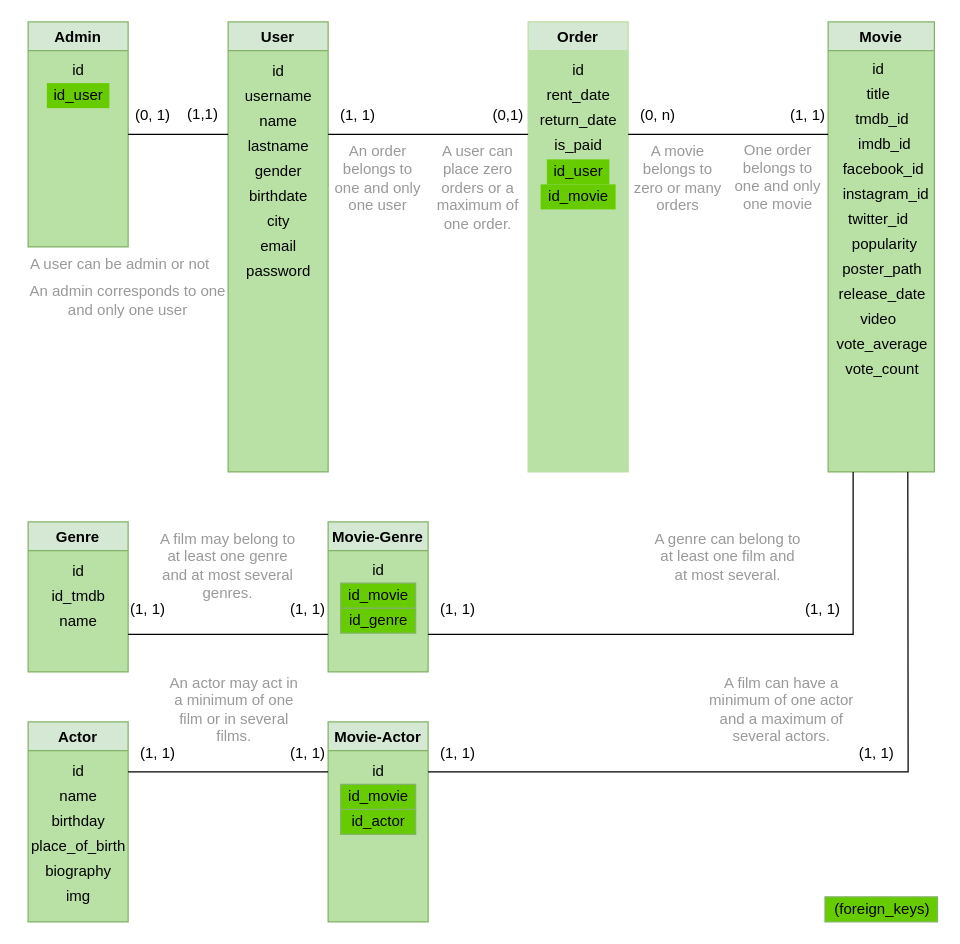
Before: page "simplyfied" (1 of 2) of assets/movies-backend.drawio in angelgr-com/movies-backend, a draw.io diagram. Source tidied: cells renumbered, new cells numbered last; positions are measured from the earlier drawing's top-left corner, leaving out a move shared by most shapes. Both pictures are drawn from the tidied source at 125%, with x=0, y=0 at pixel (21, 21).
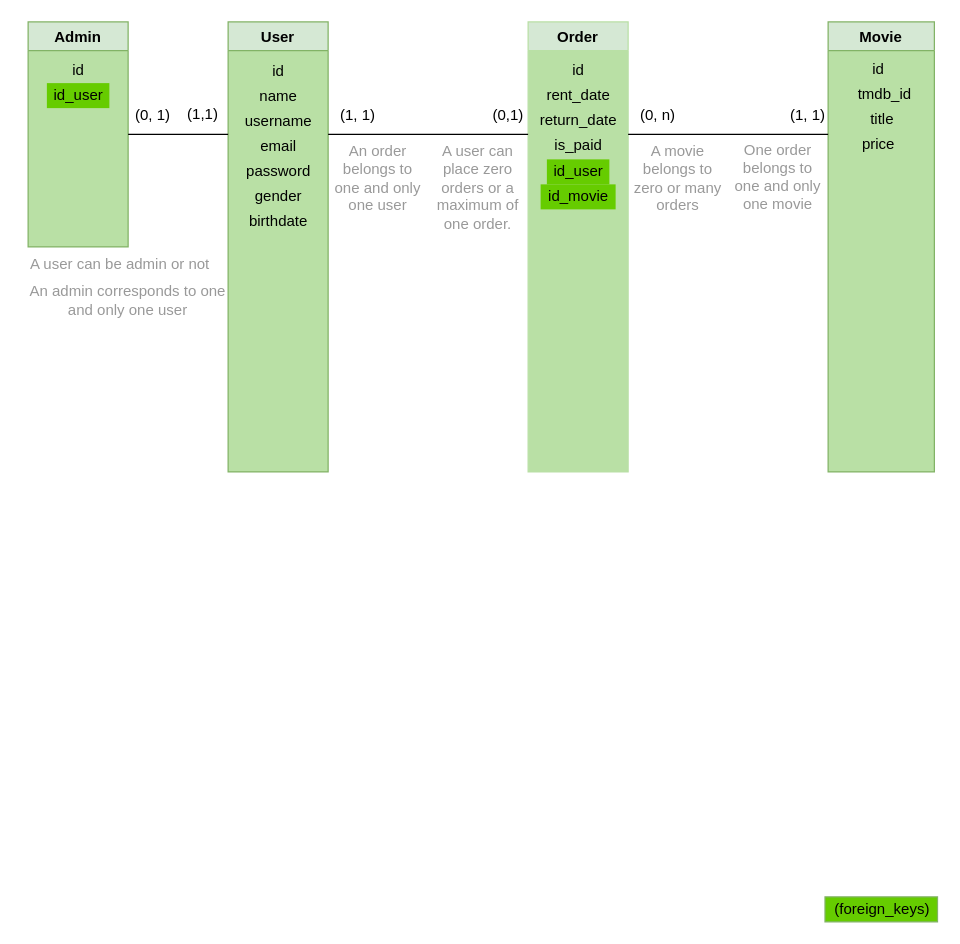
Above is the later version.

The change refers to these unchanged cells:
```xml
<mxCell id="2" value="User" style="swimlane;fillColor=#D5E8D4;strokeColor=#82b366;swimlaneFillColor=#B9E0A5;" parent="1" vertex="1">
  <mxGeometry x="165" width="80" height="360" as="geometry" />
</mxCell>
<mxCell id="24" value="Movie" style="swimlane;fillColor=#d5e8d4;strokeColor=#82b366;swimlaneFillColor=#B9E0A5;gradientColor=none;" parent="1" vertex="1">
  <mxGeometry x="645" width="85" height="360" as="geometry" />
</mxCell>
```

What changed in the source:
```diff
@@
-    <mxCell id="3" value="lastname" style="text;html=1;align=center;verticalAlign=middle;strokeColor=none;fillColor=none;" parent="2" vertex="1">
-      <mxGeometry x="10" y="90" width="60" height="20" as="geometry" />
-    </mxCell>
@@
     <mxCell id="5" value="username" style="text;html=1;align=center;verticalAlign=middle;strokeColor=none;fillColor=none;" parent="2" vertex="1">
-      <mxGeometry x="5" y="50" width="70" height="20" as="geometry" />
+      <mxGeometry x="5" y="70" width="70" height="20" as="geometry" />
     </mxCell>
     <mxCell id="6" value="password" style="text;html=1;align=center;verticalAlign=middle;strokeColor=none;fillColor=none;" parent="2" vertex="1">
-      <mxGeometry x="5" y="190" width="70" height="20" as="geometry" />
+      <mxGeometry x="5" y="110" width="70" height="20" as="geometry" />
     </mxCell>
     <mxCell id="7" value="gender" style="text;html=1;align=center;verticalAlign=middle;strokeColor=none;fillColor=none;" parent="2" vertex="1">
-      <mxGeometry x="15" y="110" width="50" height="20" as="geometry" />
+      <mxGeometry x="15" y="130" width="50" height="20" as="geometry" />
     </mxCell>
     <mxCell id="8" value="name" style="text;html=1;align=center;verticalAlign=middle;strokeColor=none;fillColor=none;" parent="2" vertex="1">
-      <mxGeometry x="15" y="70" width="50" height="20" as="geometry" />
+      <mxGeometry x="15" y="50" width="50" height="20" as="geometry" />
     </mxCell>
+    <mxCell id="10" value="email" style="text;html=1;align=center;verticalAlign=middle;strokeColor=none;fillColor=none;" parent="2" vertex="1">
+      <mxGeometry x="20" y="90" width="40" height="20" as="geometry" />
+    </mxCell>
     <mxCell id="9" value="birthdate" style="text;html=1;align=center;verticalAlign=middle;strokeColor=none;fillColor=none;" parent="2" vertex="1">
-      <mxGeometry x="10" y="130" width="60" height="20" as="geometry" />
+      <mxGeometry x="10" y="150" width="60" height="20" as="geometry" />
     </mxCell>
-    <mxCell id="10" value="email" style="text;html=1;align=center;verticalAlign=middle;strokeColor=none;fillColor=none;" parent="2" vertex="1">
-      <mxGeometry x="20" y="170" width="40" height="20" as="geometry" />
-    </mxCell>
-    <mxCell id="11" value="city" style="text;html=1;align=center;verticalAlign=middle;strokeColor=none;fillColor=none;" parent="2" vertex="1">
-      <mxGeometry x="25" y="150" width="30" height="20" as="geometry" />
-    </mxCell>
@@
-    <mxCell id="26" value="popularity" style="text;html=1;align=center;verticalAlign=middle;strokeColor=none;fillColor=none;" parent="24" vertex="1">
-      <mxGeometry x="10" y="168" width="70" height="20" as="geometry" />
-    </mxCell>
-    <mxCell id="27" value="poster_path" style="text;html=1;align=center;verticalAlign=middle;strokeColor=none;fillColor=none;" parent="24" vertex="1">
-      <mxGeometry x="2.5" y="188" width="80" height="20" as="geometry" />
-    </mxCell>
-    <mxCell id="28" value="release_date" style="text;html=1;align=center;verticalAlign=middle;strokeColor=none;fillColor=none;" parent="24" vertex="1">
-      <mxGeometry x="-2.5" y="208" width="90" height="20" as="geometry" />
-    </mxCell>
-    <mxCell id="29" value="vote_average" style="text;html=1;align=center;verticalAlign=middle;strokeColor=none;fillColor=none;" parent="24" vertex="1">
-      <mxGeometry x="-2.5" y="248" width="90" height="20" as="geometry" />
-    </mxCell>
-    <mxCell id="30" value="vote_count" style="text;html=1;align=center;verticalAlign=middle;strokeColor=none;fillColor=none;" parent="24" vertex="1">
-      <mxGeometry x="7.5" y="268" width="70" height="20" as="geometry" />
-    </mxCell>
-    <mxCell id="31" value="video" style="text;html=1;align=center;verticalAlign=middle;strokeColor=none;fillColor=none;" parent="24" vertex="1">
-      <mxGeometry x="20" y="228" width="40" height="20" as="geometry" />
-    </mxCell>
     <mxCell id="32" value="tmdb_id" style="text;html=1;align=center;verticalAlign=middle;strokeColor=none;fillColor=none;" parent="24" vertex="1">
-      <mxGeometry x="12.5" y="68" width="60" height="20" as="geometry" />
+      <mxGeometry x="15" y="48" width="60" height="20" as="geometry" />
     </mxCell>
-    <mxCell id="33" value="imdb_id" style="text;html=1;align=center;verticalAlign=middle;strokeColor=none;fillColor=none;" parent="24" vertex="1">
-      <mxGeometry x="15" y="88" width="60" height="20" as="geometry" />
+    <mxCell id="33" value="price" style="text;html=1;align=center;verticalAlign=middle;strokeColor=none;fillColor=none;" parent="24" vertex="1">
+      <mxGeometry x="20" y="88" width="40" height="20" as="geometry" />
     </mxCell>
-    <mxCell id="34" value="facebook_id" style="text;html=1;align=center;verticalAlign=middle;strokeColor=none;fillColor=none;" parent="24" vertex="1">
-      <mxGeometry x="3.8" y="108" width="80" height="20" as="geometry" />
-    </mxCell>
-    <mxCell id="35" value="instagram_id" style="text;html=1;align=center;verticalAlign=middle;strokeColor=none;fillColor=none;" parent="24" vertex="1">
-      <mxGeometry x="6.2" y="128" width="80" height="20" as="geometry" />
-    </mxCell>
     <mxCell id="36" value="title" style="text;html=1;align=center;verticalAlign=middle;strokeColor=none;fillColor=none;" parent="24" vertex="1">
-      <mxGeometry x="25" y="48" width="30" height="20" as="geometry" />
+      <mxGeometry x="27.5" y="68" width="30" height="20" as="geometry" />
     </mxCell>
-    <mxCell id="37" value="twitter_id" style="text;html=1;align=center;verticalAlign=middle;strokeColor=none;fillColor=none;" parent="24" vertex="1">
-      <mxGeometry x="10" y="148" width="60" height="20" as="geometry" />
-    </mxCell>
@@
-    <mxCell id="42" value="(1, 1)" style="text;html=1;strokeColor=none;fillColor=none;align=right;verticalAlign=middle;whiteSpace=wrap;rounded=0;" parent="1" vertex="1">
-      <mxGeometry x="205" y="455" width="40" height="30" as="geometry" />
-    </mxCell>
-    <mxCell id="43" value="Movie-Genre" style="swimlane;fillColor=#d5e8d4;strokeColor=#82b366;swimlaneFillColor=#B9E0A5;" parent="1" vertex="1">
-      <mxGeometry x="245" y="400" width="80" height="120" as="geometry" />
-    </mxCell>
-    <mxCell id="44" value="id_genre" style="text;html=1;align=center;verticalAlign=middle;strokeColor=#82b366;fillColor=#66CC00;" parent="43" vertex="1">
-      <mxGeometry x="10" y="69" width="60" height="20" as="geometry" />
-    </mxCell>
-    <mxCell id="45" value="id_movie" style="text;html=1;align=center;verticalAlign=middle;strokeColor=#82b366;fillColor=#66CC00;" parent="43" vertex="1">
-      <mxGeometry x="10" y="49" width="60" height="20" as="geometry" />
-    </mxCell>
-    <mxCell id="46" value="id" style="text;html=1;align=center;verticalAlign=middle;strokeColor=none;fillColor=none;" parent="43" vertex="1">
-      <mxGeometry x="25" y="29" width="30" height="20" as="geometry" />
-    </mxCell>
-    <mxCell id="47" value="Movie-Actor" style="swimlane;fillColor=#d5e8d4;strokeColor=#82b366;swimlaneFillColor=#B9E0A5;" parent="1" vertex="1">
-      <mxGeometry x="245" y="560" width="80" height="160" as="geometry" />
-    </mxCell>
-    <mxCell id="48" value="id_actor" style="text;html=1;align=center;verticalAlign=middle;strokeColor=#82b366;fillColor=#66CC00;" parent="47" vertex="1">
-      <mxGeometry x="10" y="70" width="60" height="20" as="geometry" />
-    </mxCell>
-    <mxCell id="49" value="id_movie" style="text;html=1;align=center;verticalAlign=middle;strokeColor=#82b366;fillColor=#66CC00;" parent="47" vertex="1">
-      <mxGeometry x="10" y="50" width="60" height="20" as="geometry" />
-    </mxCell>
-    <mxCell id="50" value="id" style="text;html=1;align=center;verticalAlign=middle;strokeColor=none;fillColor=none;" parent="47" vertex="1">
-      <mxGeometry x="25" y="30" width="30" height="20" as="geometry" />
-    </mxCell>
-    <mxCell id="51" value="Genre" style="swimlane;fillColor=#d5e8d4;strokeColor=#82b366;swimlaneFillColor=#B9E0A5;" parent="1" vertex="1">
-      <mxGeometry x="5" y="400" width="80" height="120" as="geometry" />
-    </mxCell>
-    <mxCell id="52" value="id_tmdb" style="text;html=1;align=center;verticalAlign=middle;strokeColor=none;fillColor=none;" parent="51" vertex="1">
-      <mxGeometry x="10" y="50" width="60" height="20" as="geometry" />
-    </mxCell>
-    <mxCell id="53" value="id" style="text;html=1;align=center;verticalAlign=middle;strokeColor=none;fillColor=none;" parent="51" vertex="1">
-      <mxGeometry x="25" y="30" width="30" height="20" as="geometry" />
-    </mxCell>
-    <mxCell id="54" value="name" style="text;html=1;align=center;verticalAlign=middle;strokeColor=none;fillColor=none;" parent="51" vertex="1">
-      <mxGeometry x="15" y="70" width="50" height="20" as="geometry" />
-    </mxCell>
-    <mxCell id="55" value="Actor" style="swimlane;fillColor=#d5e8d4;strokeColor=#82b366;swimlaneFillColor=#B9E0A5;" parent="1" vertex="1">
-      <mxGeometry x="5" y="560" width="80" height="160" as="geometry" />
-    </mxCell>
-    <mxCell id="56" value="name" style="text;html=1;align=center;verticalAlign=middle;strokeColor=none;fillColor=none;" parent="55" vertex="1">
-      <mxGeometry x="15" y="50" width="50" height="20" as="geometry" />
-    </mxCell>
-    <mxCell id="57" value="id" style="text;html=1;align=center;verticalAlign=middle;strokeColor=none;fillColor=none;" parent="55" vertex="1">
-      <mxGeometry x="25" y="30" width="30" height="20" as="geometry" />
-    </mxCell>
-    <mxCell id="58" value="birthday" style="text;html=1;align=center;verticalAlign=middle;strokeColor=none;fillColor=none;" parent="55" vertex="1">
-      <mxGeometry x="10" y="70" width="60" height="20" as="geometry" />
-    </mxCell>
-    <mxCell id="59" value="place_of_birth" style="text;html=1;align=center;verticalAlign=middle;strokeColor=none;fillColor=none;" parent="55" vertex="1">
-      <mxGeometry x="-5" y="90" width="90" height="20" as="geometry" />
-    </mxCell>
-    <mxCell id="60" value="biography" style="text;html=1;align=center;verticalAlign=middle;strokeColor=none;fillColor=none;" parent="55" vertex="1">
-      <mxGeometry x="5" y="110" width="70" height="20" as="geometry" />
-    </mxCell>
-    <mxCell id="61" value="img" style="text;html=1;align=center;verticalAlign=middle;strokeColor=none;fillColor=none;" parent="55" vertex="1">
-      <mxGeometry x="25" y="130" width="30" height="20" as="geometry" />
-    </mxCell>
-    <mxCell id="62" style="endArrow=none;html=1;rounded=0;entryX=1;entryY=0.75;entryDx=0;entryDy=0;" parent="1" edge="1" target="43">
-      <mxGeometry relative="1" as="geometry">
-        <mxPoint x="665" y="360" as="sourcePoint" />
-        <Array as="points">
-          <mxPoint x="665" y="490" />
-        </Array>
-      </mxGeometry>
-    </mxCell>
-    <mxCell id="63" style="endArrow=none;html=1;rounded=0;exitX=0;exitY=0.25;exitDx=0;exitDy=0;entryX=1;entryY=0.25;entryDx=0;entryDy=0;" parent="1" edge="1" source="47" target="55">
-      <mxGeometry relative="1" as="geometry" />
-    </mxCell>
@@
-    <mxCell id="70" value="(1, 1)" style="text;html=1;strokeColor=none;fillColor=none;align=right;verticalAlign=middle;whiteSpace=wrap;rounded=0;" parent="1" vertex="1">
-      <mxGeometry x="85" y="570" width="40" height="30" as="geometry" />
-    </mxCell>
@@
-    <mxCell id="72" value="(1, 1)" style="text;html=1;strokeColor=none;fillColor=none;align=right;verticalAlign=middle;whiteSpace=wrap;rounded=0;" parent="1" vertex="1">
-      <mxGeometry x="325" y="570" width="40" height="30" as="geometry" />
-    </mxCell>
-    <mxCell id="73" value="(1, 1)" style="text;html=1;strokeColor=none;fillColor=none;align=right;verticalAlign=middle;whiteSpace=wrap;rounded=0;" parent="1" vertex="1">
-      <mxGeometry x="205" y="570" width="40" height="30" as="geometry" />
-    </mxCell>
-    <mxCell id="74" value="(1, 1)" style="text;html=1;strokeColor=none;fillColor=none;align=left;verticalAlign=middle;whiteSpace=wrap;rounded=0;" parent="1" vertex="1">
-      <mxGeometry x="625" y="455" width="40" height="30" as="geometry" />
-    </mxCell>
-    <mxCell id="75" value="(1, 1)" style="text;html=1;strokeColor=none;fillColor=none;align=left;verticalAlign=middle;whiteSpace=wrap;rounded=0;" parent="1" vertex="1">
-      <mxGeometry x="85" y="455" width="40" height="30" as="geometry" />
-    </mxCell>
-    <mxCell id="76" value="(1, 1)" style="text;html=1;strokeColor=none;fillColor=none;align=left;verticalAlign=middle;whiteSpace=wrap;rounded=0;" parent="1" vertex="1">
-      <mxGeometry x="667.5" y="570" width="40" height="30" as="geometry" />
-    </mxCell>
-    <mxCell id="77" value="(1, 1)" style="text;html=1;strokeColor=none;fillColor=none;align=right;verticalAlign=middle;whiteSpace=wrap;rounded=0;" parent="1" vertex="1">
-      <mxGeometry x="325" y="455" width="40" height="30" as="geometry" />
-    </mxCell>
-    <mxCell id="78" value="A genre can belong to at least one film and at most several." style="text;html=1;strokeColor=none;fillColor=none;align=center;verticalAlign=top;whiteSpace=wrap;rounded=0;fontColor=#999999;" parent="1" vertex="1">
-      <mxGeometry x="505" y="400" width="120" height="72.5" as="geometry" />
-    </mxCell>
-    <mxCell id="79" value="A film may belong to at least one genre and at most several genres." style="text;html=1;strokeColor=none;fillColor=none;align=center;verticalAlign=top;whiteSpace=wrap;rounded=0;fontColor=#999999;" parent="1" vertex="1">
-      <mxGeometry x="105" y="400" width="120" height="75" as="geometry" />
-    </mxCell>
-    <mxCell id="80" value="A film can have a minimum of one actor and a maximum of several actors." style="text;html=1;strokeColor=none;fillColor=none;align=center;verticalAlign=middle;whiteSpace=wrap;rounded=0;fontColor=#999999;" parent="1" vertex="1">
-      <mxGeometry x="547.5" y="510" width="120" height="80" as="geometry" />
-    </mxCell>
-    <mxCell id="81" value="An actor may act in a minimum of one film or in several films." style="text;html=1;strokeColor=none;fillColor=none;align=center;verticalAlign=middle;whiteSpace=wrap;rounded=0;fontColor=#999999;" parent="1" vertex="1">
-      <mxGeometry x="115" y="520" width="110" height="60" as="geometry" />
-    </mxCell>
@@
-    <mxCell id="83" style="endArrow=none;html=1;rounded=0;exitX=0.75;exitY=1;exitDx=0;exitDy=0;entryX=1;entryY=0.25;entryDx=0;entryDy=0;" parent="1" edge="1" source="24" target="47">
-      <mxGeometry relative="1" as="geometry">
-        <Array as="points">
-          <mxPoint x="709" y="600" />
-        </Array>
-      </mxGeometry>
-    </mxCell>
-    <mxCell id="84" style="endArrow=none;html=1;rounded=0;entryX=1;entryY=0.75;entryDx=0;entryDy=0;exitX=0;exitY=0.75;exitDx=0;exitDy=0;" parent="1" edge="1" source="43" target="51">
-      <mxGeometry relative="1" as="geometry" />
-    </mxCell>
```
